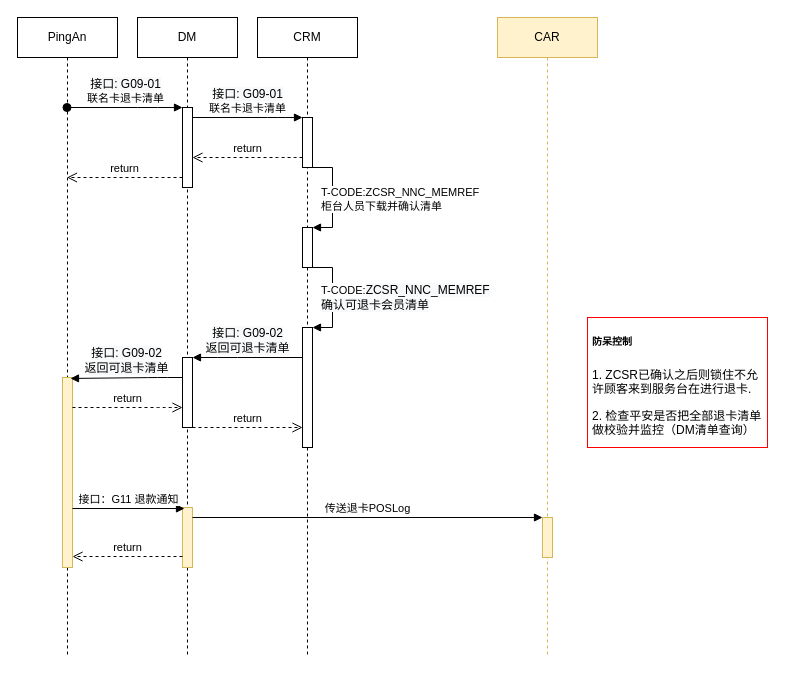
Before: page "新平安退卡" (12 of 14) of DM系统对接.drawio in luss613/draw.io, a draw.io diagram. Source tidied: cells renumbered, new cells numbered last; positions are measured from the earlier drawing's top-left corner, leaving out a move shared by most shapes. Both pictures are drawn from the tidied source at 100%, with x=0, y=0 at pixel (17, 17).
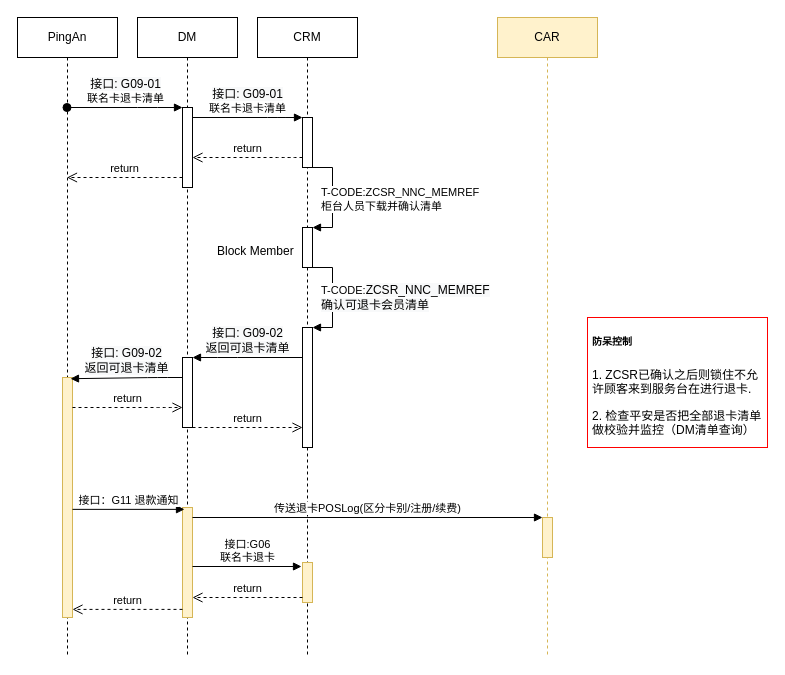
After the change.

Commit message:
更新DM系统对接.drawio

Unchanged cells that the change refers to:
```xml
<mxCell id="2" value="PingAn" style="shape=umlLifeline;perimeter=lifelinePerimeter;whiteSpace=wrap;html=1;outlineConnect=0;" parent="1" vertex="1">
  <mxGeometry width="100" height="640" as="geometry" />
</mxCell>
<mxCell id="4" value="DM" style="shape=umlLifeline;perimeter=lifelinePerimeter;whiteSpace=wrap;html=1;" parent="1" vertex="1">
  <mxGeometry x="120" width="100" height="640" as="geometry" />
</mxCell>
<mxCell id="8" value="CRM" style="shape=umlLifeline;perimeter=lifelinePerimeter;whiteSpace=wrap;html=1;" parent="1" vertex="1">
  <mxGeometry x="240" width="100" height="640" as="geometry" />
</mxCell>
<mxCell id="22" value="CAR" style="shape=umlLifeline;perimeter=lifelinePerimeter;whiteSpace=wrap;html=1;fillColor=#fff2cc;strokeColor=#d6b656;" parent="1" vertex="1">
  <mxGeometry x="480" width="100" height="640" as="geometry" />
</mxCell>
```

Diff of the diagram source:
```diff
@@
     <mxCell id="3" style="html=1;points=[];perimeter=orthogonalPerimeter;fillColor=#fff2cc;strokeColor=#d6b656;" parent="2" vertex="1">
-      <mxGeometry x="45" y="360" width="10" height="190" as="geometry" />
+      <mxGeometry x="45" y="360" width="10" height="240" as="geometry" />
     </mxCell>
@@
     <mxCell id="7" style="html=1;points=[];perimeter=orthogonalPerimeter;fillColor=#fff2cc;strokeColor=#d6b656;" parent="4" vertex="1">
-      <mxGeometry x="45" y="490" width="10" height="60" as="geometry" />
+      <mxGeometry x="45" y="490" width="10" height="110" as="geometry" />
     </mxCell>
@@
+    <mxCell id="28" style="html=1;points=[];perimeter=orthogonalPerimeter;fillColor=#fff2cc;strokeColor=#d6b656;" parent="8" vertex="1">
+      <mxGeometry x="45" y="545" width="10" height="40" as="geometry" />
+    </mxCell>
+    <mxCell id="29" value="&lt;h1&gt;&lt;span style=&quot;font-size: 12px ; font-weight: 400&quot;&gt;Block Member&lt;/span&gt;&lt;/h1&gt;" style="text;html=1;strokeColor=none;fillColor=none;spacing=5;spacingTop=-20;whiteSpace=wrap;overflow=hidden;rounded=0;" parent="8" vertex="1">
+      <mxGeometry x="-45" y="210" width="90" height="40" as="geometry" />
+    </mxCell>
@@
-    <mxCell id="24" value="传送退卡POSLog" style="html=1;verticalAlign=bottom;endArrow=block;rounded=0;" parent="22" edge="1" source="7">
+    <mxCell id="24" value="传送退卡POSLog(区分卡别/注册/续费)" style="html=1;verticalAlign=bottom;endArrow=block;rounded=0;" parent="22" edge="1" source="7">
       <mxGeometry relative="1" as="geometry">
         <mxPoint x="45" y="500" as="targetPoint" />
       </mxGeometry>
     </mxCell>
@@
-    <mxCell id="26" value="return" style="html=1;verticalAlign=bottom;endArrow=open;dashed=1;endSize=8;rounded=0;exitX=0;exitY=0.817;exitDx=0;exitDy=0;exitPerimeter=0;" parent="1" edge="1" source="7" target="3">
-      <mxGeometry relative="1" as="geometry" />
+    <mxCell id="26" value="return" style="html=1;verticalAlign=bottom;endArrow=open;dashed=1;endSize=8;rounded=0;exitX=0;exitY=0.817;exitDx=0;exitDy=0;exitPerimeter=0;" parent="1" edge="1">
+      <mxGeometry relative="1" as="geometry">
+        <mxPoint x="165" y="591.9" as="sourcePoint" />
+        <mxPoint x="55" y="591.9" as="targetPoint" />
+      </mxGeometry>
     </mxCell>
@@
+    <mxCell id="30" value="接口:G06&lt;br&gt;联名卡退卡" style="html=1;verticalAlign=bottom;endArrow=block;rounded=0;entryX=-0.1;entryY=0.1;entryDx=0;entryDy=0;entryPerimeter=0;" parent="1" edge="1" source="7" target="28">
+      <mxGeometry relative="1" as="geometry" />
+    </mxCell>
+    <mxCell id="31" value="return" style="html=1;verticalAlign=bottom;endArrow=open;dashed=1;endSize=8;rounded=0;exitX=0;exitY=0.875;exitDx=0;exitDy=0;exitPerimeter=0;" parent="1" edge="1" source="28" target="7">
+      <mxGeometry relative="1" as="geometry" />
+    </mxCell>
```
